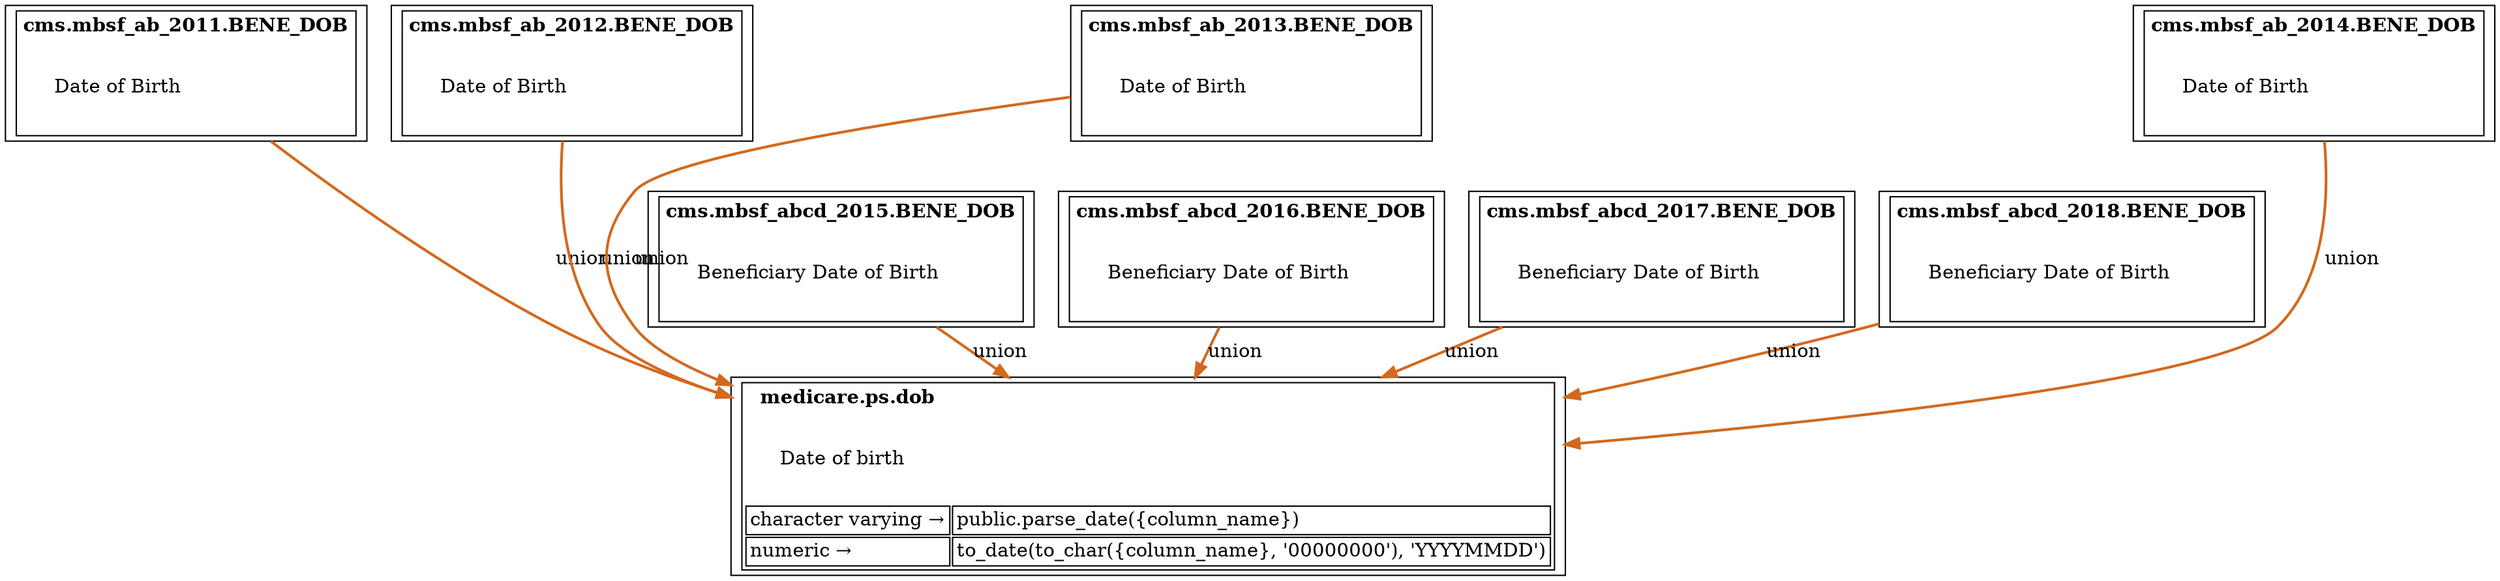
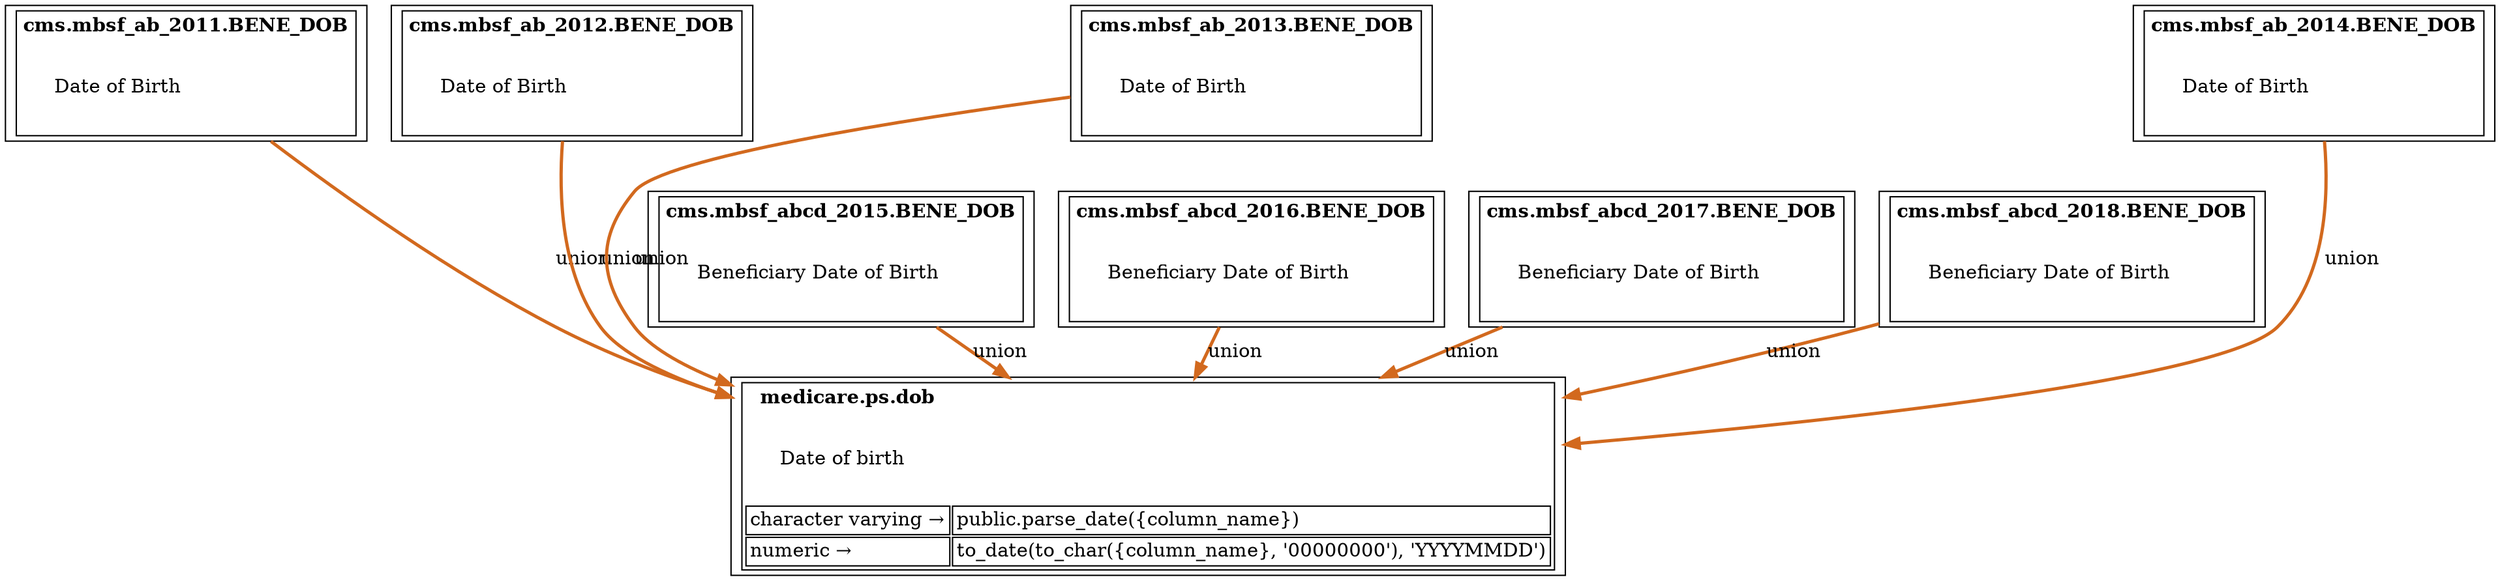
digraph {
			"medicare.ps.dob" [label=<
<TABLE>
<tr><td align = "center" border = "0"><b>medicare.ps.dob</b></td></tr>
<tr><td align = "left" border = "0" cellpadding="25">Date of birth</td></tr>
<tr><td align = "left">character varying &rarr;</td><td align = "left">public.parse_date({column_name})</td></tr>
<tr><td align = "left">numeric &rarr;</td><td align = "left">to_date(to_char({column_name}, &#x27;00000000&#x27;), &#x27;YYYYMMDD&#x27;)</td></tr>

</TABLE>
>,shape=box,URL="../medicare.ps/dob.html",target=_blank];
// Group: parent_medicare.ps.dob
	{ rank = same;
			"cms.mbsf_ab_2011.BENE_DOB" [label=<
<TABLE>
<tr><td align = "center" border = "0"><b>cms.mbsf_ab_2011.BENE_DOB</b></td></tr>
<tr><td align = "left" border = "0" cellpadding="25">Date of Birth</td></tr>

</TABLE>
>,shape=box,URL="../cms.mbsf_ab_2011/BENE_DOB.html",target=_blank];
			"cms.mbsf_ab_2012.BENE_DOB" [label=<
<TABLE>
<tr><td align = "center" border = "0"><b>cms.mbsf_ab_2012.BENE_DOB</b></td></tr>
<tr><td align = "left" border = "0" cellpadding="25">Date of Birth</td></tr>

</TABLE>
>,shape=box,URL="../cms.mbsf_ab_2012/BENE_DOB.html",target=_blank];
			"cms.mbsf_ab_2013.BENE_DOB" [label=<
<TABLE>
<tr><td align = "center" border = "0"><b>cms.mbsf_ab_2013.BENE_DOB</b></td></tr>
<tr><td align = "left" border = "0" cellpadding="25">Date of Birth</td></tr>

</TABLE>
>,shape=box,URL="../cms.mbsf_ab_2013/BENE_DOB.html",target=_blank];
			"cms.mbsf_ab_2014.BENE_DOB" [label=<
<TABLE>
<tr><td align = "center" border = "0"><b>cms.mbsf_ab_2014.BENE_DOB</b></td></tr>
<tr><td align = "left" border = "0" cellpadding="25">Date of Birth</td></tr>

</TABLE>
>,shape=box,URL="../cms.mbsf_ab_2014/BENE_DOB.html",target=_blank];
	}
	{ rank = same;
			"cms.mbsf_abcd_2015.BENE_DOB" [label=<
<TABLE>
<tr><td align = "center" border = "0"><b>cms.mbsf_abcd_2015.BENE_DOB</b></td></tr>
<tr><td align = "left" border = "0" cellpadding="25">Beneficiary Date of Birth</td></tr>

</TABLE>
>,shape=box,URL="../cms.mbsf_abcd_2015/BENE_DOB.html",target=_blank];
			"cms.mbsf_abcd_2016.BENE_DOB" [label=<
<TABLE>
<tr><td align = "center" border = "0"><b>cms.mbsf_abcd_2016.BENE_DOB</b></td></tr>
<tr><td align = "left" border = "0" cellpadding="25">Beneficiary Date of Birth</td></tr>

</TABLE>
>,shape=box,URL="../cms.mbsf_abcd_2016/BENE_DOB.html",target=_blank];
			"cms.mbsf_abcd_2017.BENE_DOB" [label=<
<TABLE>
<tr><td align = "center" border = "0"><b>cms.mbsf_abcd_2017.BENE_DOB</b></td></tr>
<tr><td align = "left" border = "0" cellpadding="25">Beneficiary Date of Birth</td></tr>

</TABLE>
>,shape=box,URL="../cms.mbsf_abcd_2017/BENE_DOB.html",target=_blank];
			"cms.mbsf_abcd_2018.BENE_DOB" [label=<
<TABLE>
<tr><td align = "center" border = "0"><b>cms.mbsf_abcd_2018.BENE_DOB</b></td></tr>
<tr><td align = "left" border = "0" cellpadding="25">Beneficiary Date of Birth</td></tr>

</TABLE>
>,shape=box,URL="../cms.mbsf_abcd_2018/BENE_DOB.html",target=_blank];
	}
	"cms.mbsf_ab_2013.BENE_DOB" -> { "cms.mbsf_abcd_2015.BENE_DOB" "cms.mbsf_abcd_2016.BENE_DOB" "cms.mbsf_abcd_2017.BENE_DOB" "cms.mbsf_abcd_2018.BENE_DOB" } [ style = invis ];
// End Group: parent_medicare.ps.dob


- 	"cms.mbsf_ab_2011.BENE_DOB" -> "medicare.ps.dob" [label=	"union",penwidth=2,color=chocolate,labelfloat=True];
- 	"cms.mbsf_ab_2012.BENE_DOB" -> "medicare.ps.dob" [label=	"union",penwidth=2,color=chocolate,labelfloat=True];
- 	"cms.mbsf_ab_2013.BENE_DOB" -> "medicare.ps.dob" [label=	"union",penwidth=2,color=chocolate,labelfloat=True];
- 	"cms.mbsf_ab_2014.BENE_DOB" -> "medicare.ps.dob" [label=	"union",penwidth=2,color=chocolate,labelfloat=True];
- 	"cms.mbsf_abcd_2015.BENE_DOB" -> "medicare.ps.dob" [label=	"union",penwidth=2,color=chocolate,labelfloat=True];
- 	"cms.mbsf_abcd_2016.BENE_DOB" -> "medicare.ps.dob" [label=	"union",penwidth=2,color=chocolate,labelfloat=True];
- 	"cms.mbsf_abcd_2017.BENE_DOB" -> "medicare.ps.dob" [label=	"union",penwidth=2,color=chocolate,labelfloat=True];
- 	"cms.mbsf_abcd_2018.BENE_DOB" -> "medicare.ps.dob" [label=	"union",penwidth=2,color=chocolate,labelfloat=True];
+ 	"cms.mbsf_ab_2011.BENE_DOB" -> "medicare.ps.dob" [label=	"union",penwidth=2.4,color=chocolate,labelfloat=True];
+ 	"cms.mbsf_ab_2012.BENE_DOB" -> "medicare.ps.dob" [label=	"union",penwidth=2.4,color=chocolate,labelfloat=True];
+ 	"cms.mbsf_ab_2013.BENE_DOB" -> "medicare.ps.dob" [label=	"union",penwidth=2.4,color=chocolate,labelfloat=True];
+ 	"cms.mbsf_ab_2014.BENE_DOB" -> "medicare.ps.dob" [label=	"union",penwidth=2.4,color=chocolate,labelfloat=True];
+ 	"cms.mbsf_abcd_2015.BENE_DOB" -> "medicare.ps.dob" [label=	"union",penwidth=2.4,color=chocolate,labelfloat=True];
+ 	"cms.mbsf_abcd_2016.BENE_DOB" -> "medicare.ps.dob" [label=	"union",penwidth=2.4,color=chocolate,labelfloat=True];
+ 	"cms.mbsf_abcd_2017.BENE_DOB" -> "medicare.ps.dob" [label=	"union",penwidth=2.4,color=chocolate,labelfloat=True];
+ 	"cms.mbsf_abcd_2018.BENE_DOB" -> "medicare.ps.dob" [label=	"union",penwidth=2.4,color=chocolate,labelfloat=True];
}
